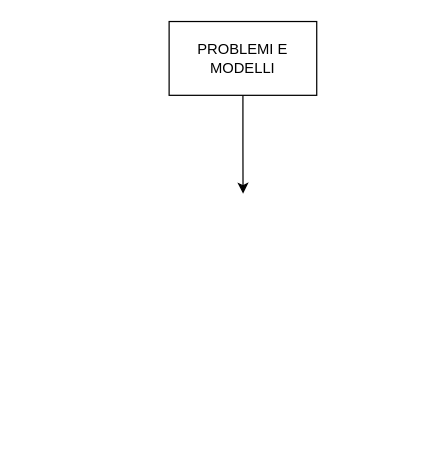
The draw.io diagram RO.drawio in h1gn/Ricerca-Operativa, before the edit. Source tidied: cells renumbered, new cells numbered last; positions are measured from the earlier drawing's top-left corner, leaving out a move shared by most shapes. Both pictures are drawn from the tidied source at 123%, with x=0, y=0 at pixel (169, 21).
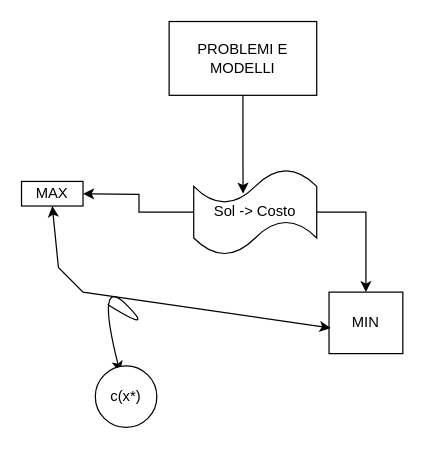
After the change.

Diff of the diagram source:
```diff
@@
 <mxGraphModel>
   <root>
     <mxCell id="0" />
     <mxCell id="1" parent="0" />
     <mxCell id="2" style="edgeStyle=orthogonalEdgeStyle;rounded=0;jettySize=auto;html=1;exitX=0.5;exitY=1;exitDx=0;exitDy=0;" parent="1" edge="1" source="3">
       <mxGeometry relative="1" as="geometry">
         <mxPoint x="60.1" y="140" as="targetPoint" />
       </mxGeometry>
     </mxCell>
     <mxCell id="3" value="PROBLEMI E MODELLI" style="rounded=0;whiteSpace=wrap;html=1;" parent="1" vertex="1">
       <mxGeometry width="120" height="60" as="geometry" />
     </mxCell>
+    <mxCell id="4" style="edgeStyle=orthogonalEdgeStyle;rounded=0;jettySize=auto;html=1;exitX=0;exitY=0.5;exitDx=0;exitDy=0;exitPerimeter=0;" parent="1" edge="1" source="6">
+      <mxGeometry relative="1" as="geometry">
+        <mxPoint x="-70" y="140" as="targetPoint" />
+      </mxGeometry>
+    </mxCell>
+    <mxCell id="5" style="edgeStyle=orthogonalEdgeStyle;rounded=0;jettySize=auto;html=1;exitX=1;exitY=0.5;exitDx=0;exitDy=0;exitPerimeter=0;entryX=0.5;entryY=0;entryDx=0;entryDy=0;" parent="1" edge="1" source="6" target="8">
+      <mxGeometry relative="1" as="geometry" />
+    </mxCell>
+    <mxCell id="6" value="Sol -&amp;gt; Costo" style="shape=tape;whiteSpace=wrap;html=1;" parent="1" vertex="1">
+      <mxGeometry x="20" y="120" width="100" height="70" as="geometry" />
+    </mxCell>
+    <mxCell id="7" value="MAX" style="rounded=0;whiteSpace=wrap;html=1;" parent="1" vertex="1">
+      <mxGeometry x="-120" y="130" width="50" height="20" as="geometry" />
+    </mxCell>
+    <mxCell id="8" value="&lt;div&gt;MIN&lt;/div&gt;" style="rounded=0;whiteSpace=wrap;html=1;" parent="1" vertex="1">
+      <mxGeometry x="130" y="220" width="60" height="50" as="geometry" />
+    </mxCell>
+    <mxCell id="9" style="endArrow=classic;startArrow=classic;html=1;rounded=0;exitX=0.5;exitY=1;exitDx=0;exitDy=0;entryX=0.021;entryY=0.584;entryDx=0;entryDy=0;entryPerimeter=0;" parent="1" edge="1" source="7" target="8">
+      <mxGeometry relative="1" as="geometry">
+        <Array as="points">
+          <mxPoint x="-90" y="200" />
+          <mxPoint x="-70" y="220" />
+        </Array>
+      </mxGeometry>
+    </mxCell>
+    <mxCell id="10" style="curved=1;endArrow=classic;html=1;rounded=0;" parent="1" edge="1">
+      <mxGeometry relative="1" as="geometry">
+        <mxPoint x="-50" y="230" as="sourcePoint" />
+        <mxPoint x="-40" y="285" as="targetPoint" />
+        <Array as="points">
+          <mxPoint x="-10" y="255" />
+          <mxPoint x="-60" y="205" />
+        </Array>
+      </mxGeometry>
+    </mxCell>
+    <mxCell id="11" value="c(x*)" style="ellipse;whiteSpace=wrap;html=1;" parent="1" vertex="1">
+      <mxGeometry x="-60" y="280" width="50" height="50" as="geometry" />
+    </mxCell>
   </root>
 </mxGraphModel>
```
